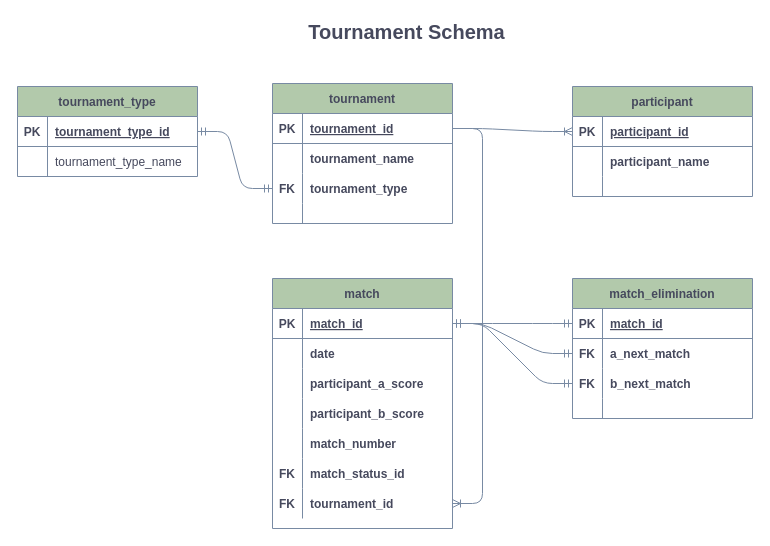
kenji-nicholson/runbracket keeps this draw.io diagram as Documentation/Diagrams/tournament-schema.drawio. Above is the earlier version. Source tidied: cells renumbered, new cells numbered last; positions are measured from the earlier drawing's top-left corner, leaving out a move shared by most shapes. Both pictures are drawn from the tidied source at 100%, with x=0, y=0 at pixel (17, 17).
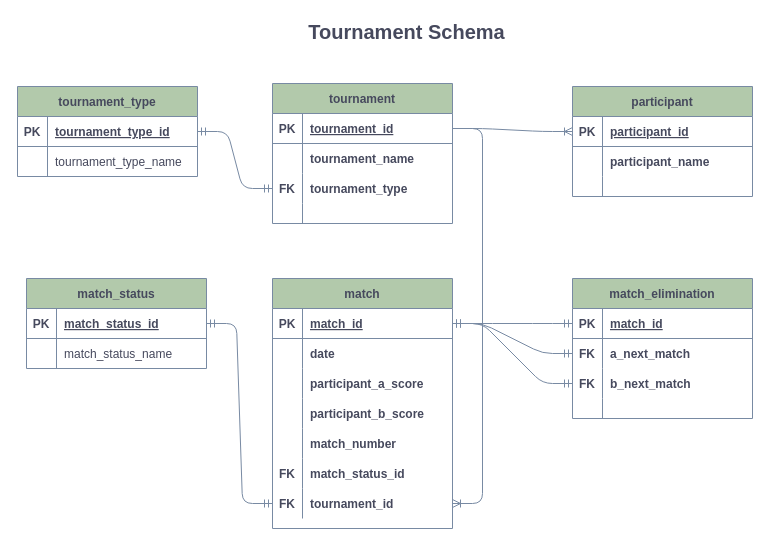
The same diagram, later.

Commit message (it also covers changes not shown here):
fixed tournament diagram

Unchanged cells that the change refers to:
```xml
<mxCell id="52" style="shape=partialRectangle;fillColor=none;top=0;left=0;bottom=0;right=0;points=[[0,0.5],[1,0.5]];portConstraint=eastwest;strokeColor=#788AA3;fontColor=#46495D;fontStyle=0;" parent="33" vertex="1">
  <mxGeometry y="210" width="180" height="30" as="geometry" />
</mxCell>
```

What changed in the source:
```diff
@@
+    <mxCell id="74" value="match_status" style="shape=table;startSize=30;childLayout=tableLayout;rowLines=0;fontStyle=1;align=center;fillColor=#B2C9AB;strokeColor=#788AA3;fontColor=#46495D;" parent="1" vertex="1">
+      <mxGeometry x="9" y="261" width="180" height="90" as="geometry" />
+    </mxCell>
+    <mxCell id="75" style="shape=partialRectangle;fillColor=none;top=0;left=0;bottom=1;right=0;points=[[0,0.5],[1,0.5]];portConstraint=eastwest;strokeColor=#788AA3;fontColor=#46495D;" parent="74" vertex="1">
+      <mxGeometry y="30" width="180" height="30" as="geometry" />
+    </mxCell>
+    <mxCell id="76" value="PK" style="shape=partialRectangle;fillColor=none;top=0;left=0;bottom=0;right=0;fontStyle=1;overflow=hidden;strokeColor=#788AA3;fontColor=#46495D;" parent="75" vertex="1">
+      <mxGeometry width="30" height="30" as="geometry" />
+    </mxCell>
+    <mxCell id="77" value="match_status_id" style="shape=partialRectangle;fillColor=none;top=0;left=0;bottom=0;right=0;align=left;spacingLeft=6;fontStyle=5;overflow=hidden;strokeColor=#788AA3;fontColor=#46495D;" parent="75" vertex="1">
+      <mxGeometry x="30" width="150" height="30" as="geometry" />
+    </mxCell>
+    <mxCell id="78" style="shape=partialRectangle;fillColor=none;top=0;left=0;bottom=0;right=0;strokeColor=#788AA3;fontColor=#46495D;" parent="74" vertex="1">
+      <mxGeometry y="60" width="180" height="30" as="geometry" />
+    </mxCell>
+    <mxCell id="79" style="shape=partialRectangle;fillColor=none;top=0;left=0;bottom=0;right=0;overflow=hidden;strokeColor=#788AA3;fontColor=#46495D;" parent="78" vertex="1">
+      <mxGeometry width="30" height="30" as="geometry" />
+    </mxCell>
+    <mxCell id="80" value="match_status_name" style="shape=partialRectangle;fillColor=none;top=0;left=0;bottom=0;right=0;align=left;spacingLeft=6;overflow=hidden;strokeColor=#788AA3;fontColor=#46495D;" parent="78" vertex="1">
+      <mxGeometry x="30" width="150" height="30" as="geometry" />
+    </mxCell>
+    <mxCell id="81" style="edgeStyle=entityRelationEdgeStyle;fontSize=12;html=1;endArrow=ERmandOne;startArrow=ERmandOne;strokeColor=#788AA3;fillColor=#B2C9AB;exitX=0;exitY=0.5;exitDx=0;exitDy=0;entryX=1;entryY=0.5;entryDx=0;entryDy=0;" parent="1" edge="1" source="52" target="75">
+      <mxGeometry relative="1" as="geometry" />
+    </mxCell>
```
